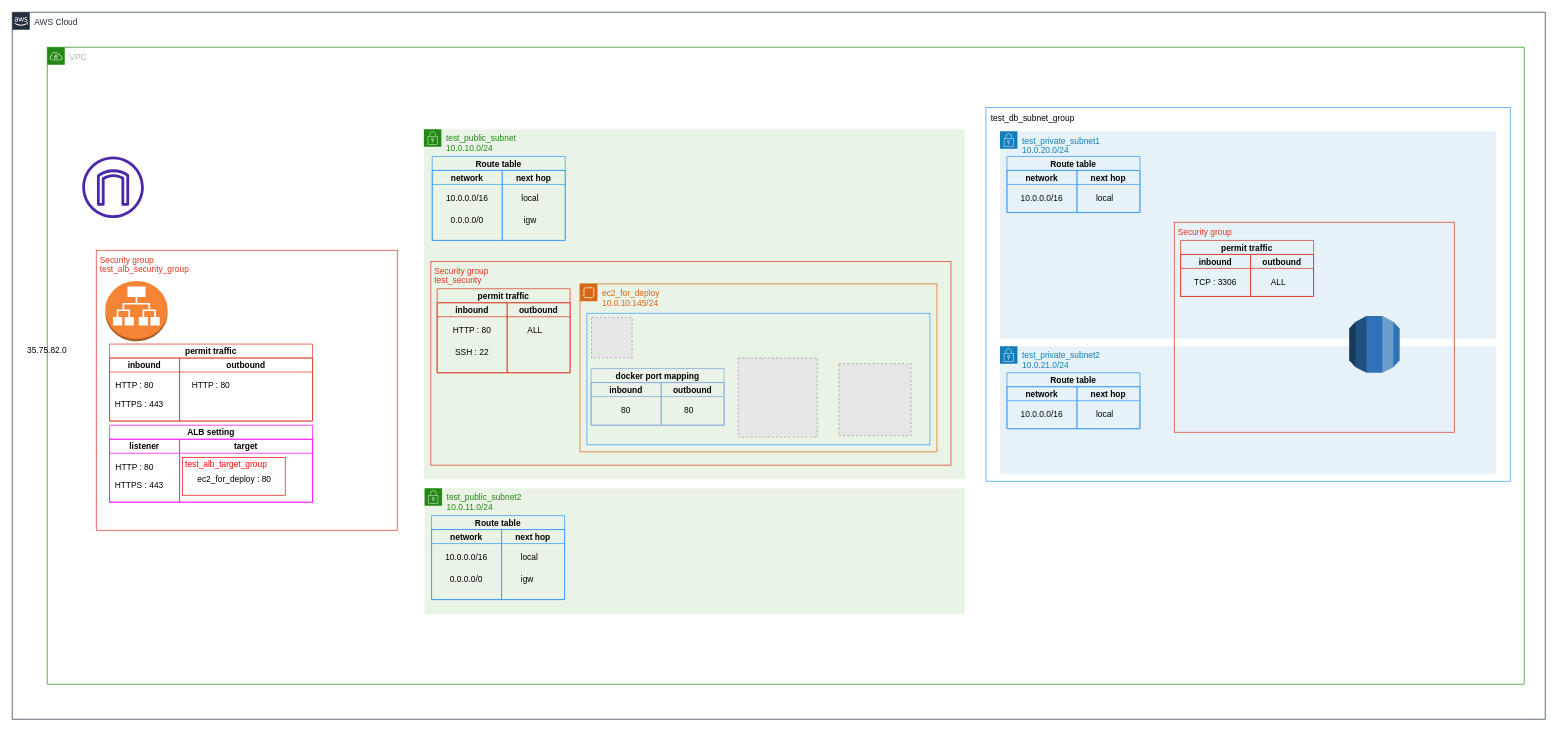
The draw.io diagram Untitled Diagram.drawio in junjun491/jcookpad, before the edit. Source tidied: cells renumbered, new cells numbered last; positions are measured from the earlier drawing's top-left corner, leaving out a move shared by most shapes. Both pictures are drawn from the tidied source at 70%, with x=0, y=0 at pixel (12, 12). Pictures stored in the file or linked from it are replaced by grey dashed boxes.
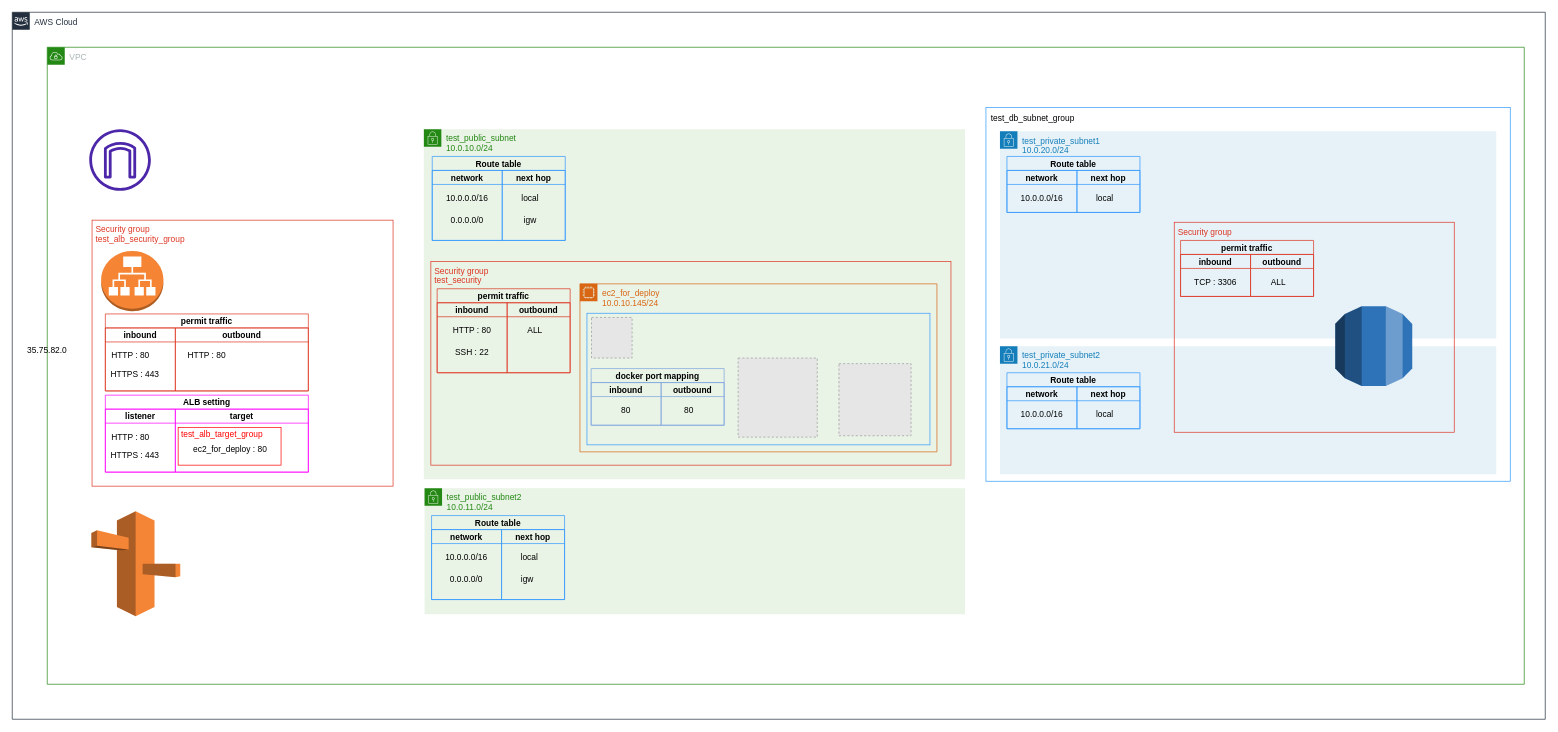
Above is the later version.

What changed in the source:
```diff
@@
-    <mxCell id="2" value=" Security group&#10; test_alb_security_group" style="fillColor=none;strokeColor=#DD3522;verticalAlign=top;fontStyle=0;fontColor=#DD3522;labelBackgroundColor=none;align=left;" parent="1" vertex="1">
-      <mxGeometry x="120" y="340" width="430" height="400" as="geometry" />
-    </mxCell>
@@
+    <mxCell id="2" value=" Security group&#10; test_alb_security_group" style="fillColor=none;strokeColor=#DD3522;verticalAlign=top;fontStyle=0;fontColor=#DD3522;labelBackgroundColor=none;align=left;" parent="1" vertex="1">
+      <mxGeometry x="114" y="297" width="430" height="380" as="geometry" />
+    </mxCell>
@@
     <mxCell id="17" style="dashed=0;verticalLabelPosition=bottom;verticalAlign=top;align=center;html=1;shape=mxgraph.aws3.application_load_balancer;fillColor=#F58534;gradientColor=none;labelBackgroundColor=none;strokeColor=#3399FF;" parent="1" vertex="1">
-      <mxGeometry x="133" y="384" width="89" height="86" as="geometry" />
+      <mxGeometry x="127" y="341" width="89" height="86" as="geometry" />
     </mxCell>
     <mxCell id="18" style="sketch=0;fontColor=#232F3E;gradientColor=none;fillColor=#4D27AA;strokeColor=none;dashed=0;verticalLabelPosition=bottom;verticalAlign=top;align=center;html=1;fontSize=12;fontStyle=0;shape=mxgraph.aws4.internet_gateway;" parent="1" vertex="1">
-      <mxGeometry x="100" y="206" width="88" height="88" as="geometry" />
+      <mxGeometry x="110" y="167" width="88" height="88" as="geometry" />
     </mxCell>
@@
     <mxCell id="45" value="ALB setting" style="swimlane;startSize=20;labelBackgroundColor=none;strokeColor=#FF00FF;fillColor=none;" parent="1" vertex="1">
-      <mxGeometry x="139" y="590" width="290" height="110" as="geometry" />
+      <mxGeometry x="133" y="547" width="290" height="110" as="geometry" />
     </mxCell>
@@
     <mxCell id="51" value="&lt;font color=&quot;#ff0000&quot;&gt;test_alb_target_group&amp;nbsp;&lt;/font&gt;" style="text;html=1;strokeColor=none;fillColor=none;align=center;verticalAlign=middle;whiteSpace=wrap;rounded=0;labelBackgroundColor=none;" parent="1" vertex="1">
-      <mxGeometry x="246" y="631" width="123" height="30" as="geometry" />
+      <mxGeometry x="240" y="588" width="123" height="30" as="geometry" />
     </mxCell>
     <mxCell id="52" value="HTTPS : 443" style="text;html=1;strokeColor=none;fillColor=none;align=center;verticalAlign=middle;whiteSpace=wrap;rounded=0;labelBackgroundColor=none;" parent="1" vertex="1">
-      <mxGeometry x="143" y="661" width="77" height="30" as="geometry" />
+      <mxGeometry x="137" y="618" width="77" height="30" as="geometry" />
     </mxCell>
-    <mxCell id="53" style="dashed=0;verticalLabelPosition=bottom;verticalAlign=top;align=center;html=1;shape=mxgraph.aws3.rds;fillColor=#2E73B8;gradientColor=none;labelBackgroundColor=none;fontColor=#FF0000;strokeColor=#FF0000;" parent="1" vertex="1">
-      <mxGeometry x="1910" y="434" width="72" height="81" as="geometry" />
-    </mxCell>
@@
     <mxCell id="70" value="permit traffic" style="swimlane;startSize=20;labelBackgroundColor=none;strokeColor=#DD3522;fillColor=none;" parent="1" vertex="1">
-      <mxGeometry x="139" y="474" width="290" height="110" as="geometry" />
+      <mxGeometry x="133" y="431" width="290" height="110" as="geometry" />
     </mxCell>
@@
     <mxCell id="75" value="HTTPS : 443" style="text;html=1;strokeColor=none;fillColor=none;align=center;verticalAlign=middle;whiteSpace=wrap;rounded=0;labelBackgroundColor=none;" parent="1" vertex="1">
-      <mxGeometry x="143" y="545" width="77" height="30" as="geometry" />
+      <mxGeometry x="137" y="502" width="77" height="30" as="geometry" />
     </mxCell>
     <mxCell id="76" style="rounded=0;whiteSpace=wrap;html=1;labelBackgroundColor=none;fontColor=#FF0000;strokeColor=#FF0000;fillColor=none;" parent="1" vertex="1">
-      <mxGeometry x="243" y="636" width="147" height="54" as="geometry" />
+      <mxGeometry x="237" y="593" width="147" height="54" as="geometry" />
     </mxCell>
+    <mxCell id="77" style="dashed=0;verticalLabelPosition=bottom;verticalAlign=top;align=center;html=1;shape=mxgraph.aws3.rds;fillColor=#2E73B8;gradientColor=none;labelBackgroundColor=none;fontColor=#FF0000;strokeColor=#FF0000;" parent="1" vertex="1">
+      <mxGeometry x="1890" y="420" width="110" height="114" as="geometry" />
+    </mxCell>
+    <mxCell id="78" style="dashed=0;verticalLabelPosition=bottom;verticalAlign=top;align=center;html=1;shape=mxgraph.aws3.route_53;fillColor=#F58536;gradientColor=none;labelBackgroundColor=none;fontColor=#FF0000;strokeColor=#FF0000;" parent="1" vertex="1">
+      <mxGeometry x="113" y="713" width="127" height="150" as="geometry" />
+    </mxCell>
```
